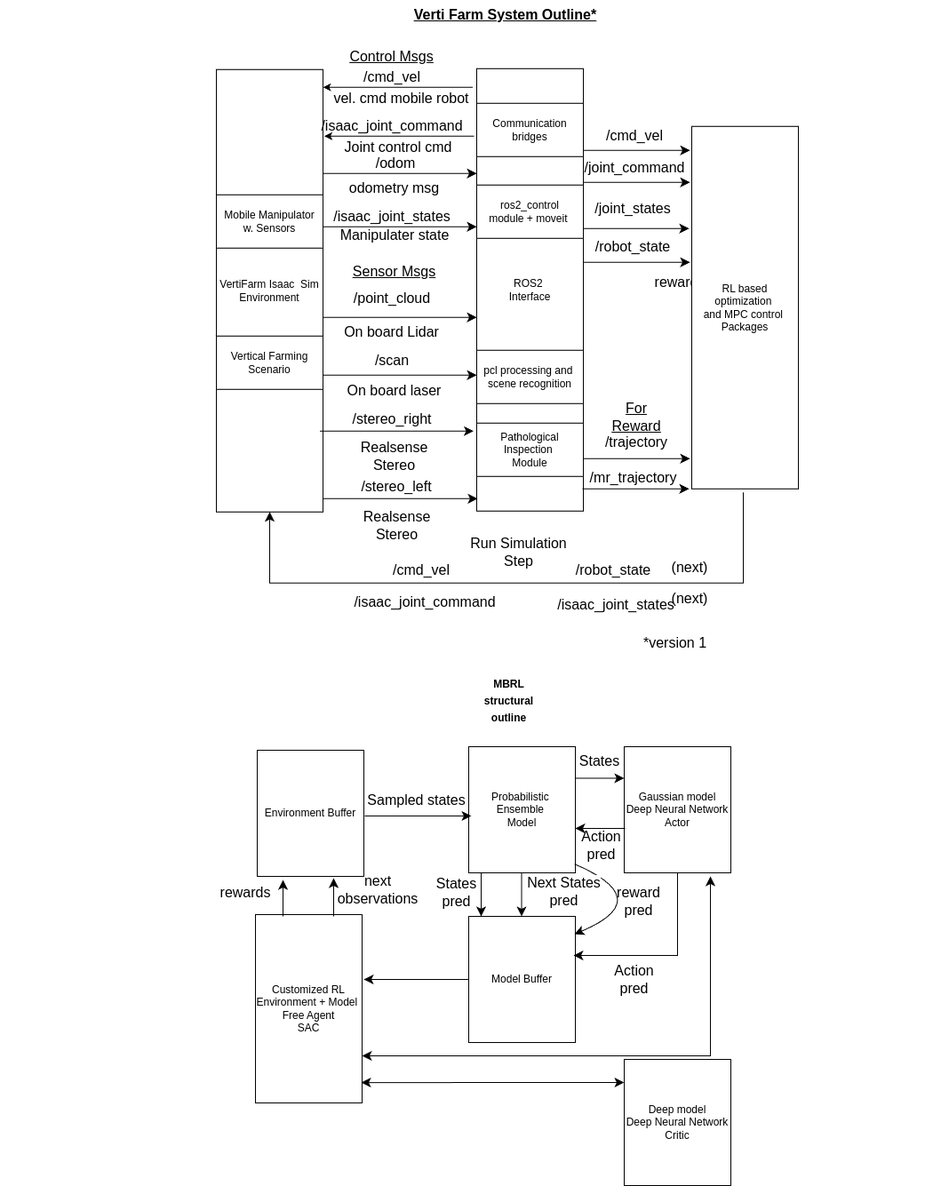
This is docs/arch.png from AK2420022/verti_farm, a draw.io export, as it was before one commit. Source tidied: cells renumbered, new cells last; positions are measured from the earlier drawing's top-left corner, leaving out a move shared by most shapes.
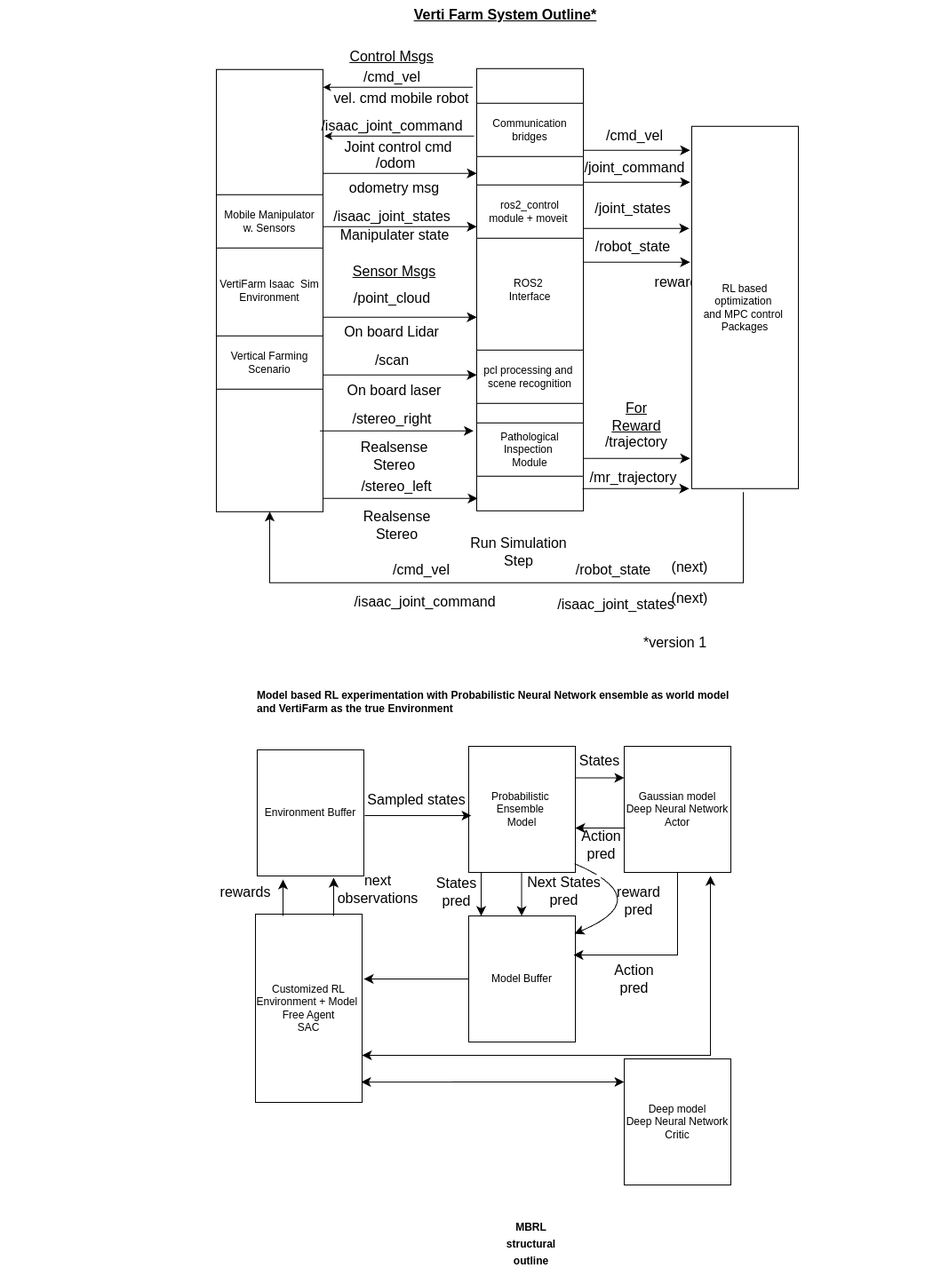
The same diagram one commit later.

What changed in the source:
```diff
@@ -337,7 +337,10 @@
       <mxGeometry x="555" y="997" width="159" height="12" as="geometry" />
     </mxCell>
     <mxCell id="89" value="&lt;div&gt;&lt;span style=&quot;font-size: 12px; text-wrap-mode: wrap;&quot;&gt;&lt;b&gt;MBRL structural outline&lt;/b&gt;&lt;/span&gt;&lt;/div&gt;" style="text;html=1;align=center;verticalAlign=middle;strokeColor=none;fillColor=none;fontSize=16;shadow=0;" parent="1" vertex="1">
-      <mxGeometry x="495" y="771" width="154" height="31" as="geometry" />
+      <mxGeometry x="520" y="1383" width="154" height="31" as="geometry" />
     </mxCell>
+    <mxCell id="90" value="&lt;font face=&quot;Helvetica&quot;&gt;&lt;b&gt;Model based RL experimentation with Probabilistic Neural Network ensemble as world model and VertiFarm as the true Environment&lt;/b&gt;&lt;/font&gt;" style="text;whiteSpace=wrap;html=1;fontFamily=Architects Daughter;fontSource=https%3A%2F%2Ffonts.googleapis.com%2Fcss%3Ffamily%3DArchitects%2BDaughter;" parent="1" vertex="1">
+      <mxGeometry x="287" y="769" width="550" height="51" as="geometry" />
+    </mxCell>
   </root>
 </mxGraphModel>
```
